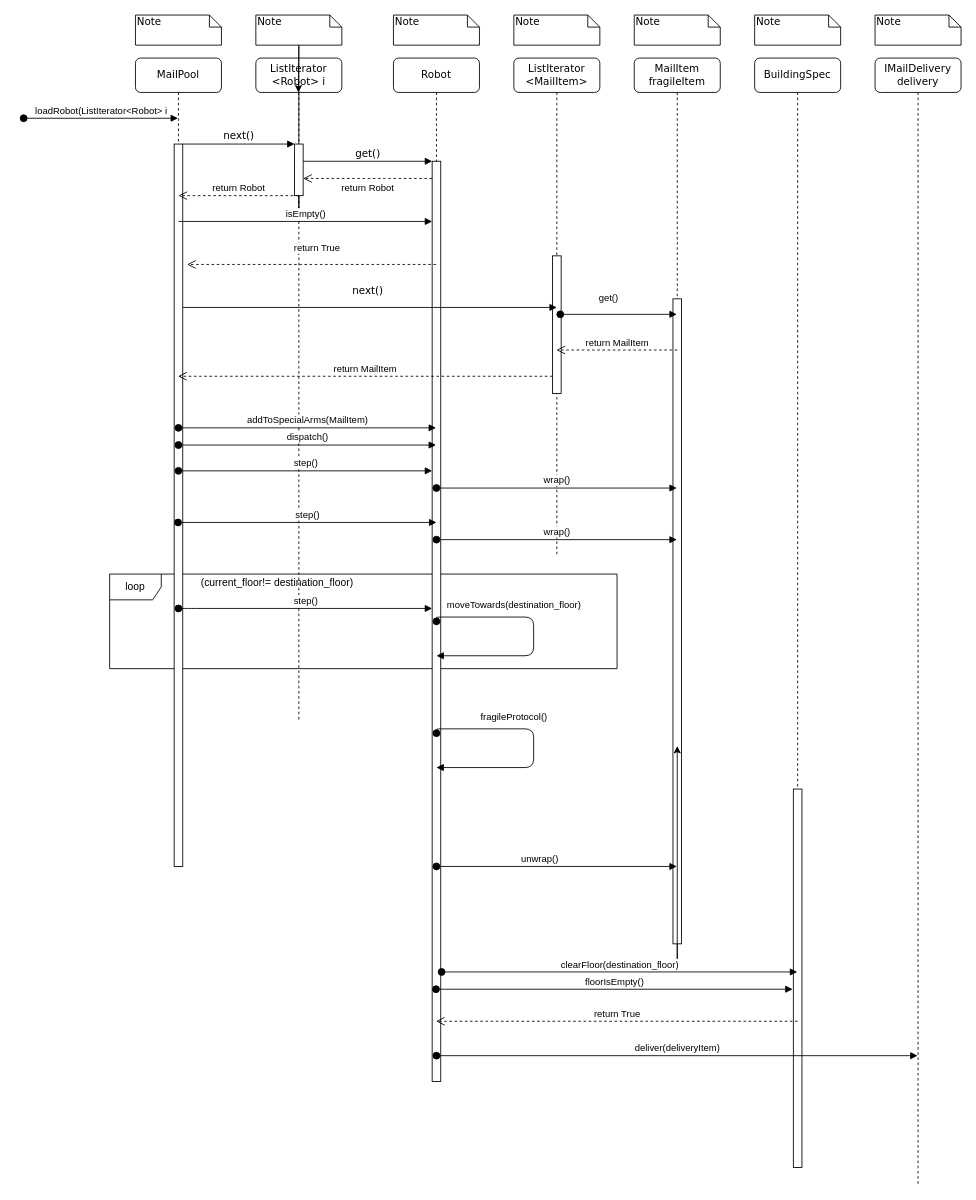
The draw.io diagram Dynamic Design Model.drawio in ingunnaf/swen30006-groupassignment, before the edit. Source tidied: cells renumbered, new cells numbered last; positions are measured from the earlier drawing's top-left corner, leaving out a move shared by most shapes. Both pictures are drawn from the tidied source at 86%, with x=0, y=0 at pixel (23, 15).
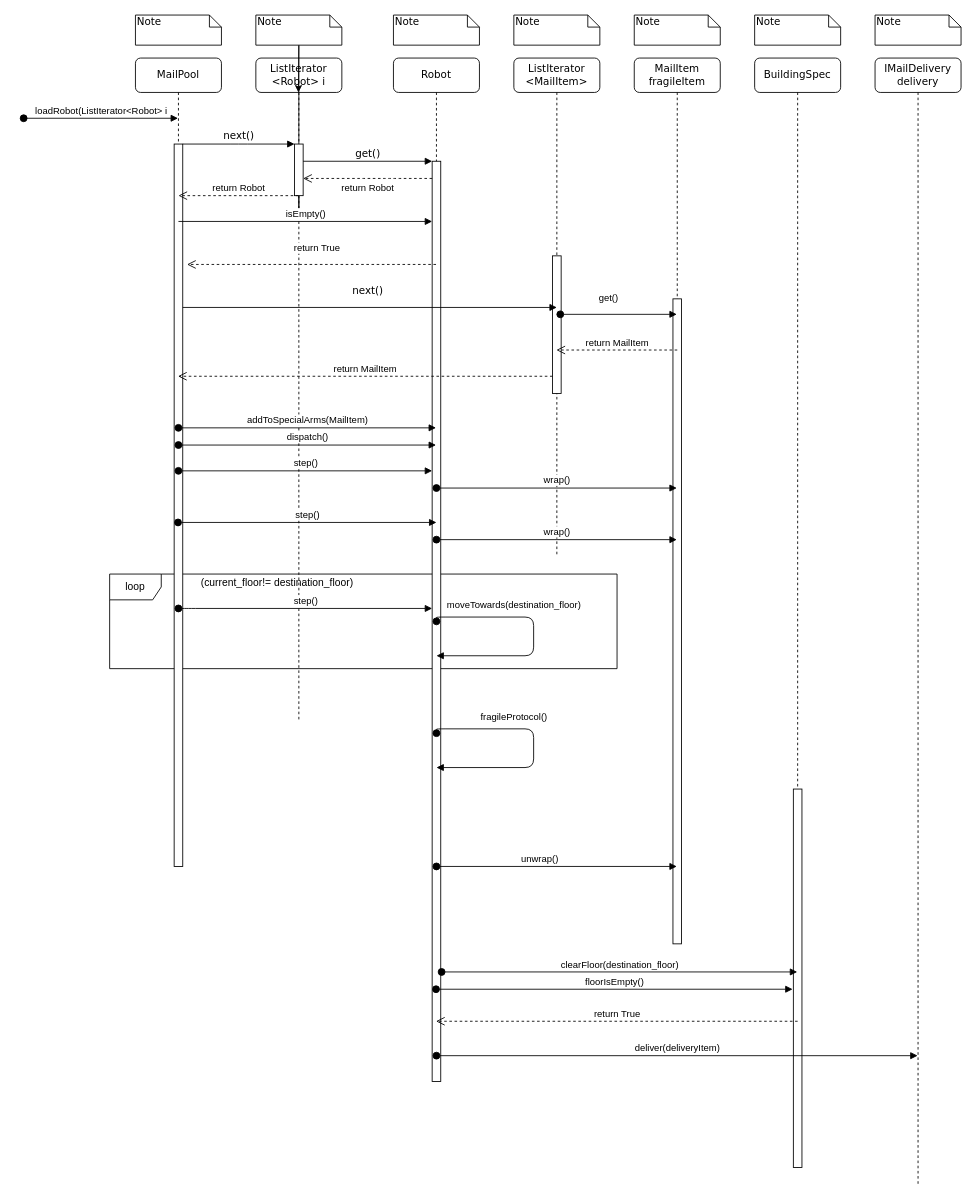
Above is the later version.

The change refers to these unchanged cells:
```xml
<mxCell id="11" style="html=1;points=[];perimeter=orthogonalPerimeter;" parent="10" vertex="1">
  <mxGeometry x="45" y="280" width="10" height="750" as="geometry" />
</mxCell>
```

Change to the diagram source:
```diff
@@
-    <mxCell id="42" style="edgeStyle=orthogonalEdgeStyle;rounded=0;jettySize=auto;html=1;" parent="1" edge="1" source="11">
-      <mxGeometry relative="1" as="geometry">
-        <mxPoint x="760" y="850" as="targetPoint" />
-      </mxGeometry>
-    </mxCell>
```
